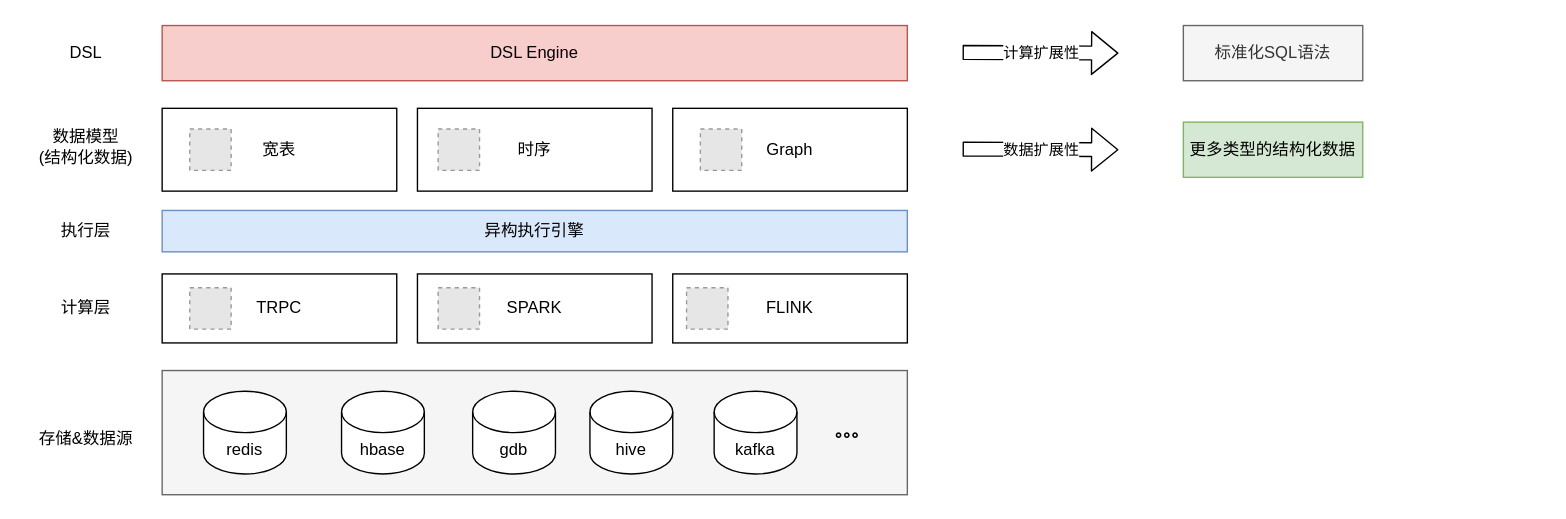
Earlier version of the draw.io diagram feature/feature-engine.drawio (learn2Pro/draw_io_save). Source tidied: cells renumbered, new cells numbered last; positions are measured from the earlier drawing's top-left corner, leaving out a move shared by most shapes. Both pictures are drawn from the tidied source at 138%, with x=0, y=0 at pixel (23, 25). Pictures stored in the file or linked from it are replaced by grey dashed boxes.
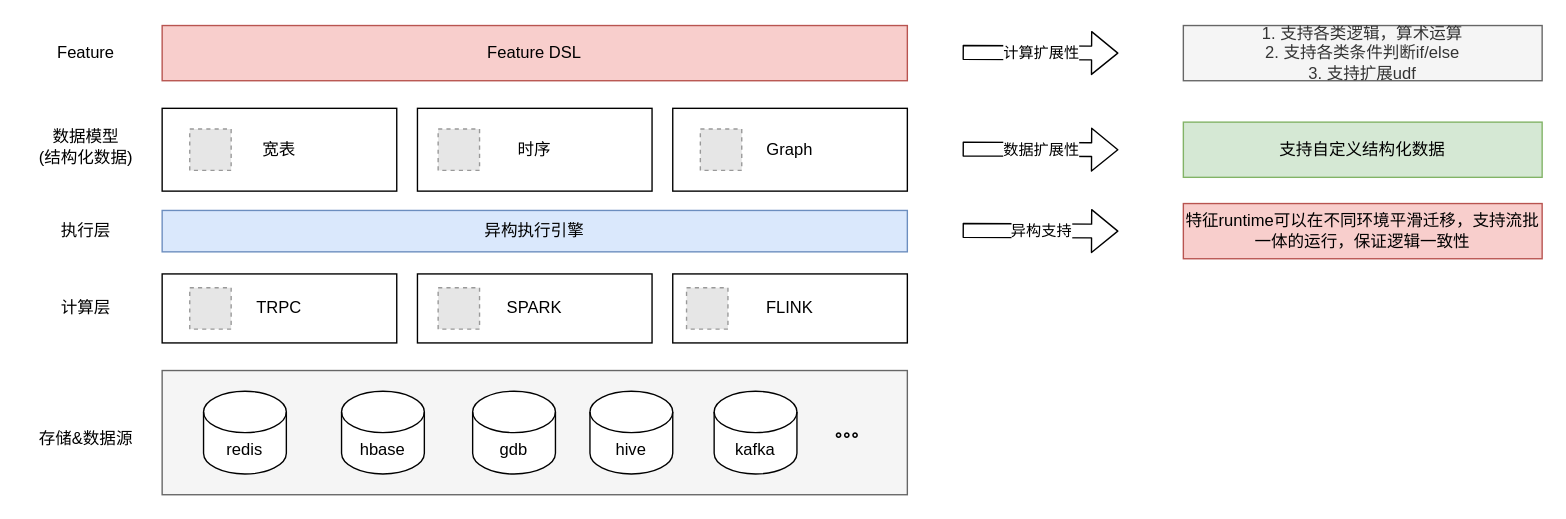
The same page after the edit.

Diff of the diagram source:
```diff
@@
-    <mxCell id="14" value="DSL Engine" style="rounded=0;whiteSpace=wrap;html=1;fillColor=#f8cecc;strokeColor=#b85450;" parent="1" vertex="1">
+    <mxCell id="14" value="Feature DSL" style="rounded=0;whiteSpace=wrap;html=1;fillColor=#f8cecc;strokeColor=#b85450;" parent="1" vertex="1">
       <mxGeometry x="100" width="540" height="40" as="geometry" />
     </mxCell>
@@
-    <mxCell id="21" value="DSL" style="text;html=1;strokeColor=none;fillColor=none;align=center;verticalAlign=middle;whiteSpace=wrap;rounded=0;" parent="1" vertex="1">
+    <mxCell id="21" value="Feature" style="text;html=1;strokeColor=none;fillColor=none;align=center;verticalAlign=middle;whiteSpace=wrap;rounded=0;" parent="1" vertex="1">
       <mxGeometry x="10" y="10" width="70" height="20" as="geometry" />
     </mxCell>
@@
-    <mxCell id="33" value="更多类型的结构化数据" style="rounded=0;whiteSpace=wrap;html=1;fillColor=#d5e8d4;strokeColor=#82b366;" parent="1" vertex="1">
-      <mxGeometry x="840" y="70" width="130" height="40" as="geometry" />
+    <mxCell id="33" value="支持自定义结构化数据" style="rounded=0;whiteSpace=wrap;html=1;fillColor=#d5e8d4;strokeColor=#82b366;" parent="1" vertex="1">
+      <mxGeometry x="840" y="70" width="260" height="40" as="geometry" />
     </mxCell>
-    <mxCell id="34" value="标准化SQL语法" style="rounded=0;whiteSpace=wrap;html=1;fillColor=#f5f5f5;strokeColor=#666666;fontColor=#333333;" parent="1" vertex="1">
-      <mxGeometry x="840" width="130" height="40" as="geometry" />
+    <mxCell id="34" value="1. 支持各类逻辑，算术运算&lt;br&gt;2. 支持各类条件判断if/else&lt;br&gt;3. 支持扩展udf" style="rounded=0;whiteSpace=wrap;html=1;fillColor=#f5f5f5;strokeColor=#666666;fontColor=#333333;" parent="1" vertex="1">
+      <mxGeometry x="840" width="260" height="40" as="geometry" />
     </mxCell>
+    <mxCell id="35" value="异构支持" style="shape=flexArrow;endArrow=classic;html=1;" parent="1" edge="1">
+      <mxGeometry relative="1" as="geometry">
+        <mxPoint x="680" y="148.5" as="sourcePoint" />
+        <mxPoint x="793" y="149" as="targetPoint" />
+      </mxGeometry>
+    </mxCell>
+    <mxCell id="36" value="特征runtime可以在不同环境平滑迁移，支持流批一体的运行，保证逻辑一致性" style="rounded=0;whiteSpace=wrap;html=1;fillColor=#f8cecc;strokeColor=#b85450;" parent="1" vertex="1">
+      <mxGeometry x="840" y="129" width="260" height="40" as="geometry" />
+    </mxCell>
```
